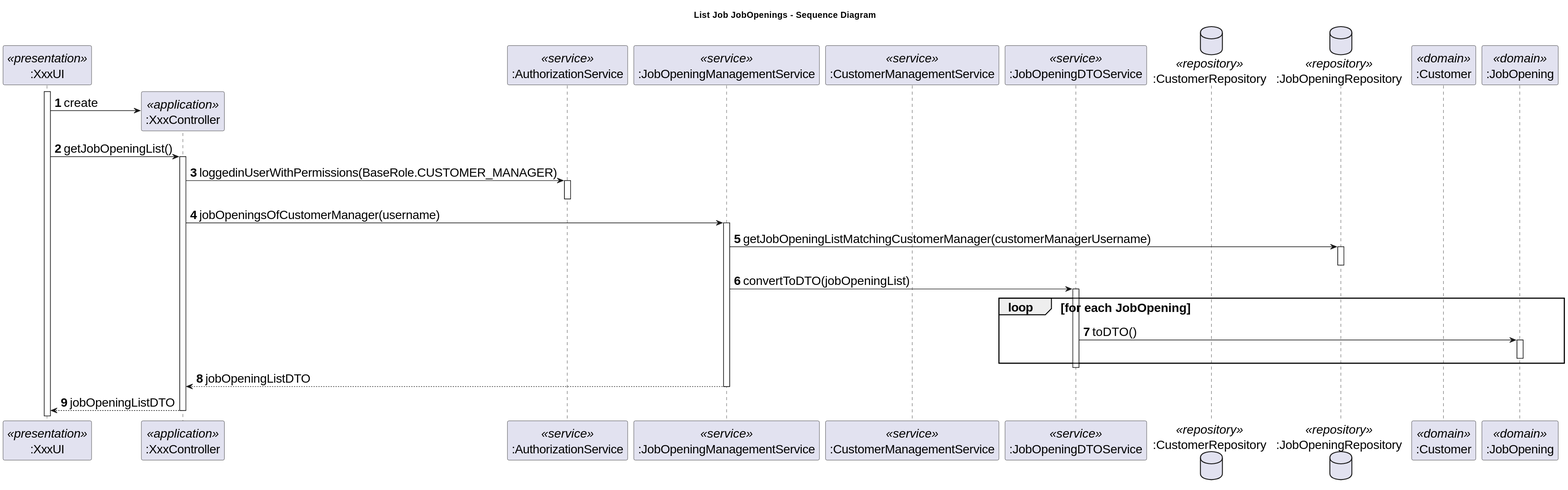
This is docs/team-decisions/shared-sequence-diagram/sequence-diagram-get-job-openings.svg from rita-barbosa/LAPR4-2324, a PlantUML export, as it was before one commit. Its diagram source:
```plantuml
@startuml
skinparamlocked defaultFontSize 20

title List Job JobOpenings - Sequence Diagram

autonumber

participant ":XxxUI" as UI <<presentation>>
participant ":XxxController" as CTRL <<application>>
participant ":AuthorizationService" as AUTHZ <<service>>
participant ":JobOpeningManagementService" as JOMS <<service>>
participant ":CustomerManagementService" as CMS <<service>>
participant ":JobOpeningDTOService" as JOS_DTO <<service>>
database ":CustomerRepository" as CM_REPO <<repository>>
database ":JobOpeningRepository" as JO_REPO <<repository>>
participant ":Customer" as CM <<domain>>
participant ":JobOpening" as JO <<domain>>


activate UI

UI -> CTRL**: create

UI -> CTRL : getJobOpeningList()
activate CTRL

    CTRL -> AUTHZ : loggedinUserWithPermissions(BaseRole.CUSTOMER_MANAGER)
    activate AUTHZ
    deactivate AUTHZ

    CTRL -> JOMS: jobOpeningsOfCustomerManager(username)
    activate JOMS

    JOMS -> JO_REPO : getJobOpeningListMatchingCustomerManager(customerManagerUsername)
    activate JO_REPO
    deactivate JO_REPO

JOMS -> JOS_DTO : convertToDTO(jobOpeningList)
activate JOS_DTO

    loop for each JobOpening
        JOS_DTO -> JO : toDTO()
        activate JO
        deactivate JO
    end loop
deactivate JOS_DTO

JOMS --> CTRL : jobOpeningListDTO
deactivate JOMS

CTRL --> UI: jobOpeningListDTO
deactivate CTRL
@enduml
```
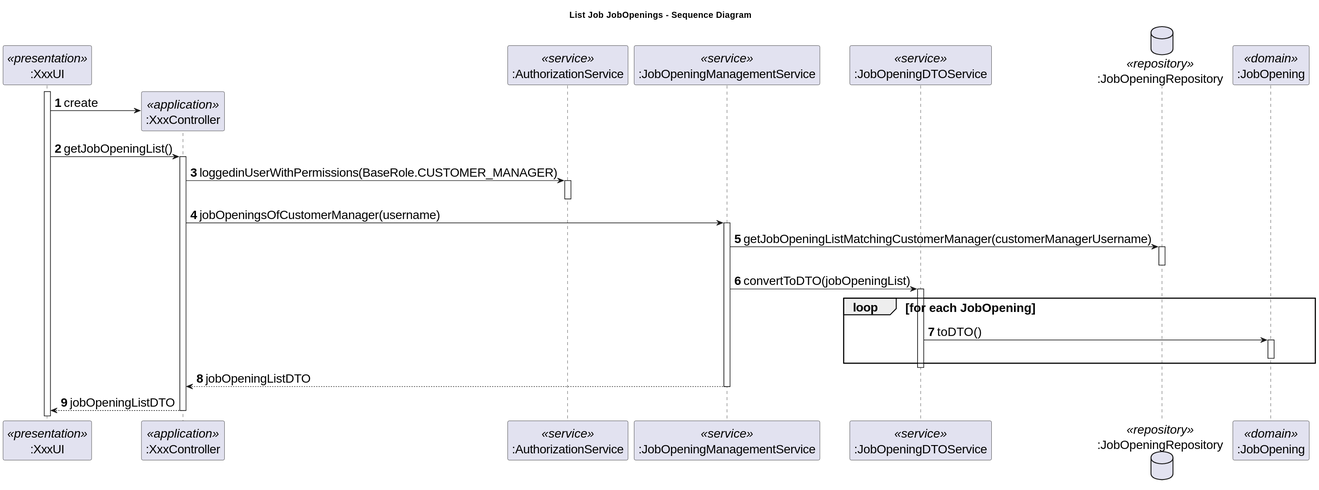
Later version of the same file.

Commit message:
docs: US3002 - design documentation + diagrams and shared diagram

Diff of the diagram source:
```diff
@@ -9,11 +9,8 @@
 participant ":XxxController" as CTRL <<application>>
 participant ":AuthorizationService" as AUTHZ <<service>>
 participant ":JobOpeningManagementService" as JOMS <<service>>
-participant ":CustomerManagementService" as CMS <<service>>
 participant ":JobOpeningDTOService" as JOS_DTO <<service>>
-database ":CustomerRepository" as CM_REPO <<repository>>
 database ":JobOpeningRepository" as JO_REPO <<repository>>
-participant ":Customer" as CM <<domain>>
 participant ":JobOpening" as JO <<domain>>
 
 
```
